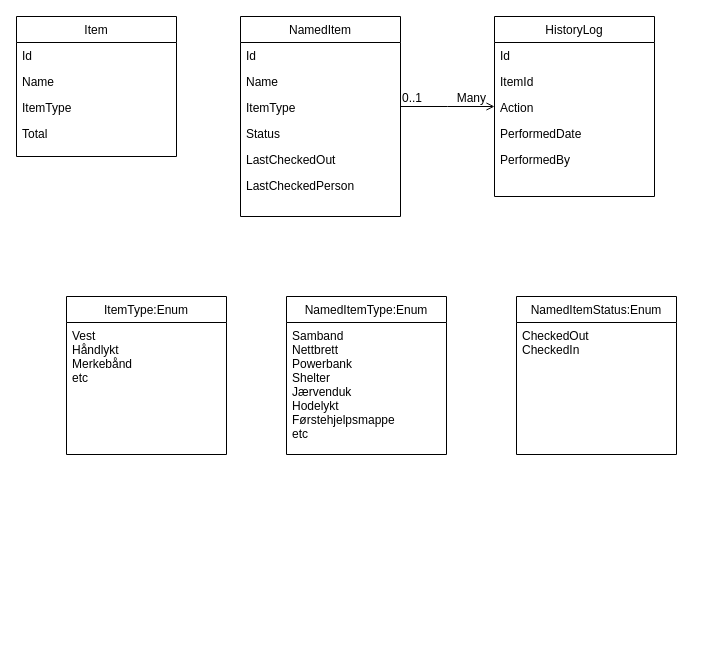
Above: Architecture and Design/Classes.drawio in GrowlingViking/ItemCheckout (draw.io), before the change. Source tidied: cells renumbered, new cells numbered last; positions are measured from the earlier drawing's top-left corner, leaving out a move shared by most shapes. Both pictures are drawn from the tidied source at 100%, with x=0, y=0 at pixel (16, 16).
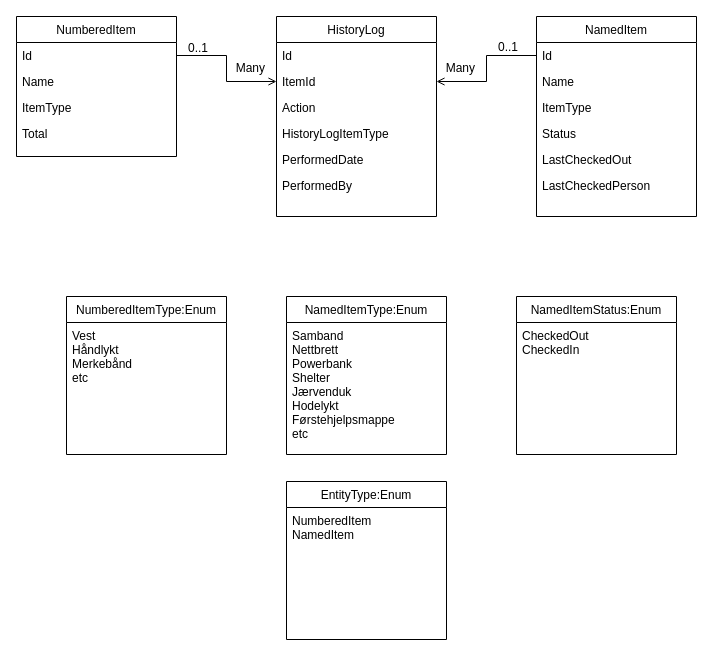
The same page after the edit.

Commit message (it also covers changes not shown here):
Edit the architecture document. Delete the unused css

Unchanged cells that the change refers to:
```xml
<mxCell id="3" value="Id" style="text;align=left;verticalAlign=top;spacingLeft=4;spacingRight=4;overflow=hidden;points=[[0,0.5],[1,0.5]];portConstraint=eastwest;rounded=0;shadow=0;html=0;" parent="2" vertex="1">
  <mxGeometry y="26" width="160" height="26" as="geometry" />
</mxCell>
<mxCell id="10" value="Id" style="text;align=left;verticalAlign=top;spacingLeft=4;spacingRight=4;overflow=hidden;points=[[0,0.5],[1,0.5]];portConstraint=eastwest;rounded=0;shadow=0;html=0;" parent="9" vertex="1">
  <mxGeometry y="26" width="160" height="26" as="geometry" />
</mxCell>
<mxCell id="16" value="ItemId" style="text;align=left;verticalAlign=top;spacingLeft=4;spacingRight=4;overflow=hidden;points=[[0,0.5],[1,0.5]];portConstraint=eastwest;rounded=0;shadow=0;html=0;" parent="14" vertex="1">
  <mxGeometry y="52" width="160" height="26" as="geometry" />
</mxCell>
```

What changed in the source:
```diff
@@
     <mxCell id="2" value="NamedItem" style="swimlane;fontStyle=0;align=center;verticalAlign=top;horizontal=1;startSize=26;rounded=0;shadow=0;strokeWidth=1;" parent="1" vertex="1">
-      <mxGeometry x="224" width="160" height="200" as="geometry" />
+      <mxGeometry x="520" width="160" height="200" as="geometry" />
     </mxCell>
@@
-    <mxCell id="9" value="Item" style="swimlane;fontStyle=0;align=center;verticalAlign=top;horizontal=1;startSize=26;rounded=0;shadow=0;strokeWidth=1;" parent="1" vertex="1">
+    <mxCell id="9" value="NumberedItem" style="swimlane;fontStyle=0;align=center;verticalAlign=top;horizontal=1;startSize=26;rounded=0;shadow=0;strokeWidth=1;" parent="1" vertex="1">
       <mxGeometry width="160" height="140" as="geometry" />
     </mxCell>
@@
     <mxCell id="14" value="HistoryLog" style="swimlane;fontStyle=0;align=center;verticalAlign=top;horizontal=1;startSize=26;rounded=0;shadow=0;strokeWidth=1;" parent="1" vertex="1">
-      <mxGeometry x="478" width="160" height="180" as="geometry" />
+      <mxGeometry x="260" width="160" height="200" as="geometry" />
     </mxCell>
@@
+    <mxCell id="29" value="HistoryLogItemType" style="text;align=left;verticalAlign=top;spacingLeft=4;spacingRight=4;overflow=hidden;rounded=0;shadow=0;html=0;" parent="14" vertex="1">
+      <mxGeometry y="104" width="160" height="26" as="geometry" />
+    </mxCell>
     <mxCell id="18" value="PerformedDate" style="text;align=left;verticalAlign=top;spacingLeft=4;spacingRight=4;overflow=hidden;rounded=0;shadow=0;html=0;" parent="14" vertex="1">
-      <mxGeometry y="104" width="160" height="26" as="geometry" />
+      <mxGeometry y="130" width="160" height="26" as="geometry" />
     </mxCell>
     <mxCell id="19" value="PerformedBy" style="text;align=left;verticalAlign=top;spacingLeft=4;spacingRight=4;overflow=hidden;rounded=0;shadow=0;html=0;" parent="14" vertex="1">
-      <mxGeometry y="130" width="160" height="26" as="geometry" />
+      <mxGeometry y="156" width="160" height="26" as="geometry" />
     </mxCell>
-    <mxCell id="20" style="endArrow=open;shadow=0;strokeWidth=1;rounded=0;curved=0;endFill=1;edgeStyle=elbowEdgeStyle;elbow=vertical;" parent="1" edge="1" source="2" target="14">
+    <mxCell id="20" style="endArrow=open;shadow=0;strokeWidth=1;rounded=0;curved=0;endFill=1;edgeStyle=elbowEdgeStyle;elbow=vertical;exitX=0;exitY=0.5;exitDx=0;exitDy=0;entryX=1;entryY=0.5;entryDx=0;entryDy=0;" parent="1" edge="1" source="3" target="16">
       <mxGeometry x="0.5" y="41" relative="1" as="geometry">
         <mxPoint x="-40" y="32" as="offset" />
       </mxGeometry>
     </mxCell>
     <mxCell id="21" value="0..1" style="align=left;verticalAlign=bottom;labelBackgroundColor=none;fontSize=12;" parent="20" vertex="1">
-      <mxGeometry x="-1" relative="1" as="geometry" />
+      <mxGeometry x="-1" relative="1" as="geometry">
+        <mxPoint x="-40" as="offset" />
+      </mxGeometry>
     </mxCell>
     <mxCell id="22" value="Many" style="align=right;verticalAlign=bottom;labelBackgroundColor=none;fontSize=12;" parent="20" vertex="1">
       <mxGeometry x="1" relative="1" as="geometry">
-        <mxPoint x="-7" as="offset" />
+        <mxPoint x="40" y="-5" as="offset" />
       </mxGeometry>
     </mxCell>
@@
-    <mxCell id="25" value="ItemType:Enum" style="swimlane;fontStyle=0;align=center;verticalAlign=top;horizontal=1;startSize=26;rounded=0;shadow=0;strokeWidth=1;" parent="1" vertex="1">
+    <mxCell id="25" value="NumberedItemType:Enum" style="swimlane;fontStyle=0;align=center;verticalAlign=top;horizontal=1;startSize=26;rounded=0;shadow=0;strokeWidth=1;" parent="1" vertex="1">
       <mxGeometry x="50" y="280" width="160" height="158" as="geometry" />
     </mxCell>
@@
+    <mxCell id="30" style="endArrow=open;shadow=0;strokeWidth=1;rounded=0;curved=0;endFill=1;edgeStyle=elbowEdgeStyle;elbow=vertical;exitX=1;exitY=0.5;exitDx=0;exitDy=0;entryX=0;entryY=0.5;entryDx=0;entryDy=0;" parent="1" edge="1" source="10" target="16">
+      <mxGeometry x="0.5" y="41" relative="1" as="geometry">
+        <mxPoint x="-40" y="32" as="offset" />
+      </mxGeometry>
+    </mxCell>
+    <mxCell id="31" value="Many" style="align=right;verticalAlign=bottom;labelBackgroundColor=none;fontSize=12;" parent="1" vertex="1">
+      <mxGeometry x="250" y="60" as="geometry" />
+    </mxCell>
+    <mxCell id="32" value="0..1" style="align=left;verticalAlign=bottom;labelBackgroundColor=none;fontSize=12;" parent="1" vertex="1">
+      <mxGeometry x="170" y="40" as="geometry" />
+    </mxCell>
+    <mxCell id="33" value="EntityType:Enum" style="swimlane;fontStyle=0;align=center;verticalAlign=top;horizontal=1;startSize=26;rounded=0;shadow=0;strokeWidth=1;" parent="1" vertex="1">
+      <mxGeometry x="270" y="465" width="160" height="158" as="geometry" />
+    </mxCell>
+    <mxCell id="34" value="NumberedItem&#10;NamedItem" style="text;align=left;verticalAlign=top;spacingLeft=4;spacingRight=4;overflow=hidden;" parent="33" vertex="1">
+      <mxGeometry y="26" width="160" height="124" as="geometry" />
+    </mxCell>
```
